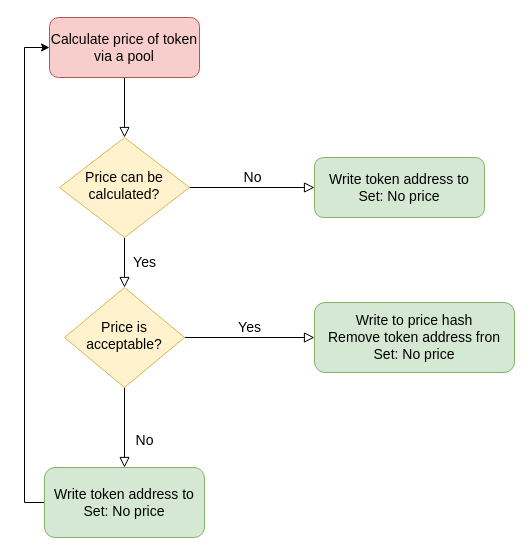
This is Price calculation flowchart.drawio from piavgh/draw.io-data, a draw.io file, before an edit. Source tidied: cells renumbered, new cells numbered last; positions are measured from the earlier drawing's top-left corner, leaving out a move shared by most shapes. Both pictures are drawn from the tidied source at 100%, with x=0, y=0 at pixel (44, 17).
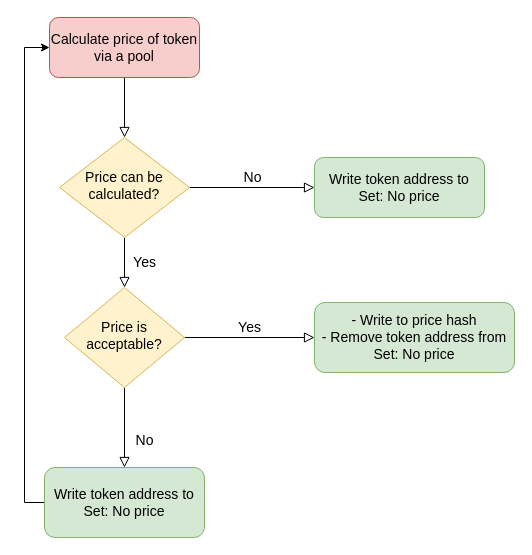
After the change.

Change to the diagram source:
```diff
@@
 <mxGraphModel>
   <root>
     <mxCell id="0" />
     <mxCell id="1" parent="0" />
     <mxCell id="2" style="rounded=0;html=1;jettySize=auto;fontSize=14;endArrow=block;endFill=0;endSize=8;strokeWidth=1;shadow=0;labelBackgroundColor=none;edgeStyle=orthogonalEdgeStyle;" parent="1" edge="1" source="3" target="6">
       <mxGeometry relative="1" as="geometry" />
     </mxCell>
     <mxCell id="3" value="Calculate price of token via a pool" style="rounded=1;whiteSpace=wrap;html=1;fontSize=14;glass=0;strokeWidth=1;shadow=0;fillColor=#f8cecc;strokeColor=#b85450;" parent="1" vertex="1">
       <mxGeometry x="5" width="150" height="60" as="geometry" />
     </mxCell>
     <mxCell id="4" value="Yes" style="rounded=0;html=1;jettySize=auto;fontSize=14;endArrow=block;endFill=0;endSize=8;strokeWidth=1;shadow=0;labelBackgroundColor=none;edgeStyle=orthogonalEdgeStyle;" parent="1" edge="1" source="6" target="10">
       <mxGeometry y="20" relative="1" as="geometry" />
     </mxCell>
     <mxCell id="5" value="No" style="edgeStyle=orthogonalEdgeStyle;rounded=0;html=1;jettySize=auto;fontSize=14;endArrow=block;endFill=0;endSize=8;strokeWidth=1;shadow=0;labelBackgroundColor=none;" parent="1" edge="1" source="6" target="7">
       <mxGeometry y="10" relative="1" as="geometry" />
     </mxCell>
     <mxCell id="6" value="Price can be calculated?" style="rhombus;whiteSpace=wrap;html=1;shadow=0;fontFamily=Helvetica;fontSize=14;align=center;strokeWidth=1;spacing=6;spacingTop=-4;fillColor=#fff2cc;strokeColor=#d6b656;" parent="1" vertex="1">
       <mxGeometry x="15" y="120" width="130" height="100" as="geometry" />
     </mxCell>
     <mxCell id="7" value="Write token address to Set: No price" style="rounded=1;whiteSpace=wrap;html=1;fontSize=14;glass=0;strokeWidth=1;shadow=0;fillColor=#d5e8d4;strokeColor=#82b366;" parent="1" vertex="1">
       <mxGeometry x="270" y="140" width="170" height="60" as="geometry" />
     </mxCell>
     <mxCell id="8" value="No" style="rounded=0;html=1;jettySize=auto;fontSize=14;endArrow=block;endFill=0;endSize=8;strokeWidth=1;shadow=0;labelBackgroundColor=none;edgeStyle=orthogonalEdgeStyle;" parent="1" edge="1" source="10" target="12">
       <mxGeometry x="0.33" y="20" relative="1" as="geometry" />
     </mxCell>
     <mxCell id="9" value="Yes" style="edgeStyle=orthogonalEdgeStyle;rounded=0;html=1;jettySize=auto;fontSize=14;endArrow=block;endFill=0;endSize=8;strokeWidth=1;shadow=0;labelBackgroundColor=none;" parent="1" edge="1" source="10" target="13">
       <mxGeometry y="10" relative="1" as="geometry" />
     </mxCell>
     <mxCell id="10" value="Price is acceptable?" style="rhombus;whiteSpace=wrap;html=1;shadow=0;fontFamily=Helvetica;fontSize=14;align=center;strokeWidth=1;spacing=6;spacingTop=-4;fillColor=#fff2cc;strokeColor=#d6b656;" parent="1" vertex="1">
       <mxGeometry x="20" y="270" width="120" height="100" as="geometry" />
     </mxCell>
     <mxCell id="11" style="edgeStyle=orthogonalEdgeStyle;rounded=0;jettySize=auto;html=1;entryX=0;entryY=0.5;entryDx=0;entryDy=0;exitX=0;exitY=0.5;exitDx=0;exitDy=0;fontSize=14;" parent="1" edge="1" source="12" target="3">
       <mxGeometry relative="1" as="geometry" />
     </mxCell>
     <mxCell id="12" value="Write token address to Set: No price" style="rounded=1;whiteSpace=wrap;html=1;fontSize=14;glass=0;strokeWidth=1;shadow=0;fillColor=#d5e8d4;strokeColor=#82b366;" parent="1" vertex="1">
       <mxGeometry y="450" width="160" height="70" as="geometry" />
     </mxCell>
-    <mxCell id="13" value="Write to price hash&lt;br style=&quot;font-size: 14px;&quot;&gt;Remove token address fron Set: No price" style="rounded=1;whiteSpace=wrap;html=1;fontSize=14;glass=0;strokeWidth=1;shadow=0;fillColor=#d5e8d4;strokeColor=#82b366;" parent="1" vertex="1">
+    <mxCell id="13" value="- Write to price hash&lt;br style=&quot;font-size: 14px;&quot;&gt;- Remove token address from Set: No price" style="rounded=1;whiteSpace=wrap;html=1;fontSize=14;glass=0;strokeWidth=1;shadow=0;fillColor=#d5e8d4;strokeColor=#82b366;" parent="1" vertex="1">
       <mxGeometry x="270" y="285" width="200" height="70" as="geometry" />
     </mxCell>
   </root>
 </mxGraphModel>
```
